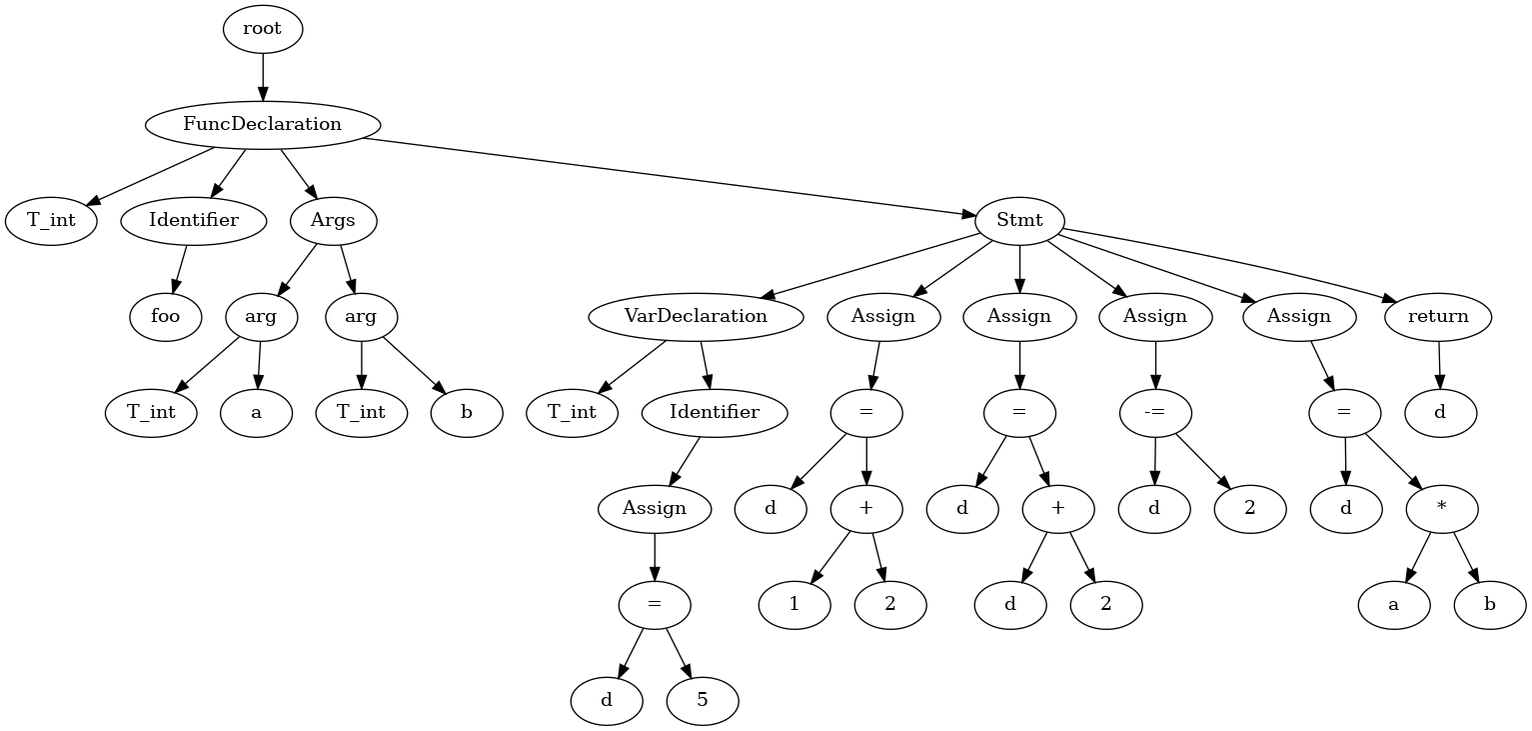
Jstar49/starCC keeps this Graphviz diagram as test.gv.png. Above is the earlier version. Its source is kept beside it as test.gv.
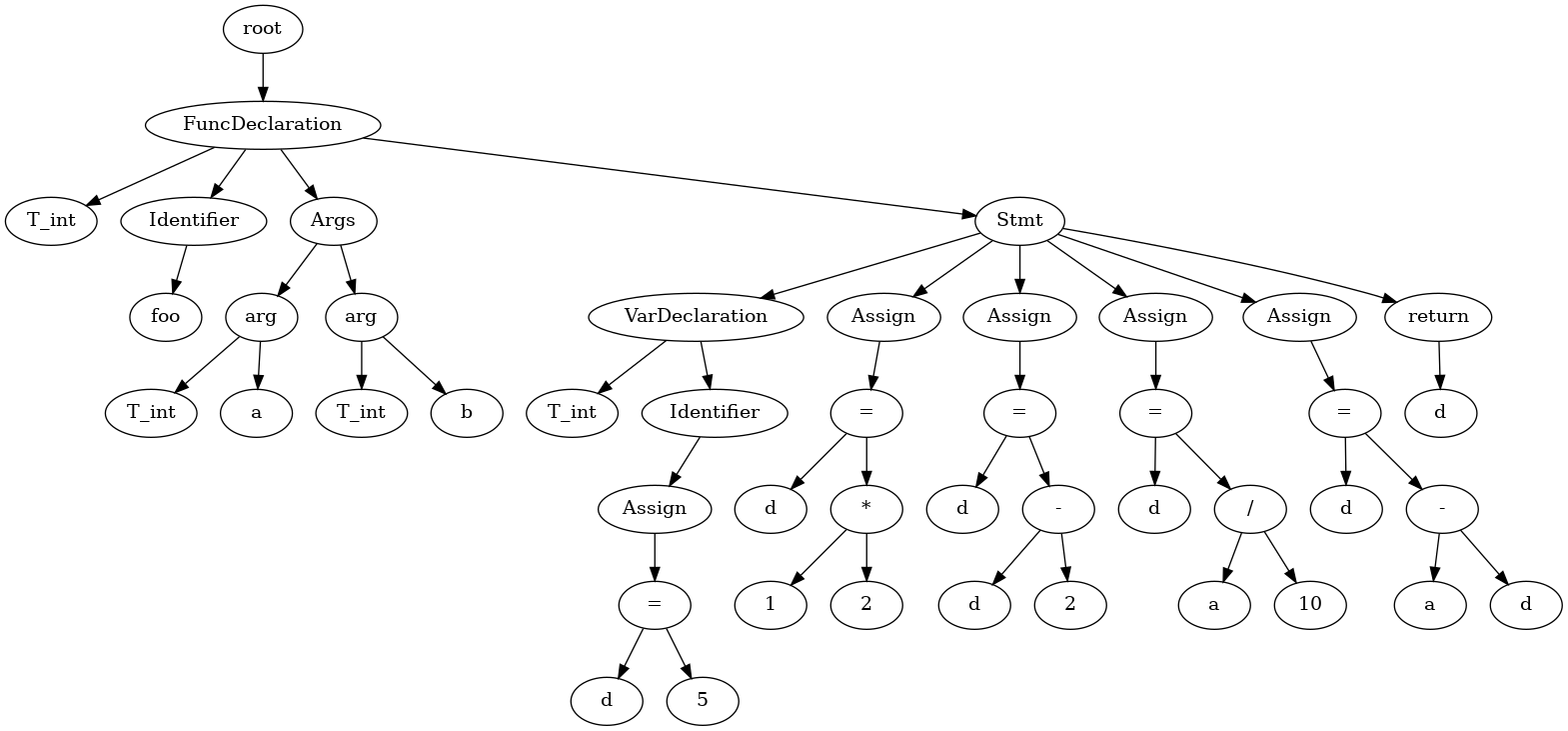
After the commit.

Change to the diagram source:
```diff
@@ -44,7 +44,7 @@
 	19 -> 21
 	20 [label=d]
 	21 -> 20
-	23 [label="+"]
+	23 [label="*"]
 	21 -> 23
 	22 [label=1]
 	23 -> 22
@@ -56,7 +56,7 @@
 	25 -> 27
 	26 [label=d]
 	27 -> 26
-	29 [label="+"]
+	29 [label="-"]
 	27 -> 29
 	28 [label=d]
 	29 -> 28
@@ -64,26 +64,30 @@
 	29 -> 30
 	31 [label=Assign]
 	11 -> 31
-	33 [label="-="]
+	33 [label="="]
 	31 -> 33
 	32 [label=d]
 	33 -> 32
-	34 [label=2]
-	33 -> 34
-	35 [label=Assign]
-	11 -> 35
-	37 [label="="]
-	35 -> 37
-	36 [label=d]
-	37 -> 36
-	39 [label="*"]
+	35 [label="/"]
+	33 -> 35
+	34 [label=a]
+	35 -> 34
+	36 [label=10]
+	35 -> 36
+	37 [label=Assign]
+	11 -> 37
+	39 [label="="]
 	37 -> 39
-	38 [label=a]
+	38 [label=d]
 	39 -> 38
-	40 [label=b]
-	39 -> 40
-	41 [label=return]
-	11 -> 41
+	41 [label="-"]
+	39 -> 41
+	40 [label=a]
+	41 -> 40
 	42 [label=d]
 	41 -> 42
+	43 [label=return]
+	11 -> 43
+	44 [label=d]
+	43 -> 44
 }
```
